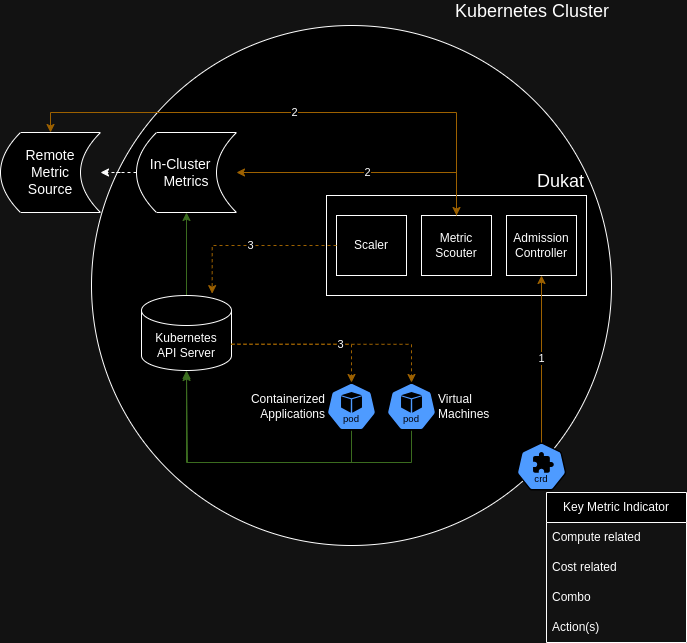
Above: docs/images/dukat.drawio.png in beezy-dev/dukat (draw.io), before the change. Source tidied: cells renumbered, new cells last; positions are measured from the earlier drawing's top-left corner, leaving out a move shared by most shapes. The source it was exported from:
```xml
<mxGraphModel>
  <root>
    <mxCell id="0" />
    <mxCell id="1" parent="0" />
    <mxCell id="2" value="Kubernetes Cluster" style="ellipse;whiteSpace=wrap;html=1;labelPosition=center;verticalLabelPosition=top;align=right;verticalAlign=bottom;fontSize=18;" parent="1" vertex="1">
      <mxGeometry x="91" width="520" height="520" as="geometry" />
    </mxCell>
    <mxCell id="3" value="&lt;div style=&quot;font-size: 14px;&quot;&gt;Remote&lt;/div&gt;&lt;div style=&quot;font-size: 14px;&quot;&gt;Metric&lt;/div&gt;&lt;div style=&quot;font-size: 14px;&quot;&gt;Source&lt;/div&gt;" style="shape=dataStorage;whiteSpace=wrap;html=1;fixedSize=1;fontSize=14;align=center;" parent="1" vertex="1">
      <mxGeometry y="107" width="100" height="80" as="geometry" />
    </mxCell>
    <mxCell id="4" style="edgeStyle=orthogonalEdgeStyle;rounded=0;jettySize=auto;html=1;dashed=1;" parent="1" edge="1" source="5" target="3">
      <mxGeometry relative="1" as="geometry" />
    </mxCell>
    <mxCell id="5" value="In-Cluster&amp;nbsp; &amp;nbsp;&lt;div style=&quot;font-size: 14px;&quot;&gt;Metrics&lt;/div&gt;" style="shape=dataStorage;whiteSpace=wrap;html=1;fixedSize=1;fontSize=14;align=center;" parent="1" vertex="1">
      <mxGeometry x="136" y="107" width="100" height="80" as="geometry" />
    </mxCell>
    <mxCell id="6" style="edgeStyle=orthogonalEdgeStyle;rounded=0;jettySize=auto;html=1;exitX=0.5;exitY=0;exitDx=0;exitDy=0;exitPerimeter=0;entryX=0.5;entryY=1;entryDx=0;entryDy=0;fillColor=#d5e8d4;strokeColor=#82b366;" parent="1" edge="1" source="7" target="5">
      <mxGeometry relative="1" as="geometry" />
    </mxCell>
    <mxCell id="7" value="Kubernetes&lt;div&gt;API Server&lt;/div&gt;" style="shape=cylinder3;whiteSpace=wrap;html=1;boundedLbl=1;backgroundOutline=1;size=15;" parent="1" vertex="1">
      <mxGeometry x="141" y="270" width="90" height="75" as="geometry" />
    </mxCell>
    <mxCell id="8" style="edgeStyle=orthogonalEdgeStyle;rounded=0;jettySize=auto;html=1;exitX=0.5;exitY=1;exitDx=0;exitDy=0;exitPerimeter=0;fillColor=#d5e8d4;strokeColor=#82b366;" parent="1" edge="1" source="9" target="7">
      <mxGeometry relative="1" as="geometry">
        <Array as="points">
          <mxPoint x="351" y="437" />
          <mxPoint x="186" y="437" />
        </Array>
      </mxGeometry>
    </mxCell>
    <mxCell id="9" value="Containerized&lt;div&gt;Applications&lt;/div&gt;" style="sketch=0;html=1;dashed=0;whitespace=wrap;verticalLabelPosition=middle;verticalAlign=middle;fillColor=#2875E2;strokeColor=#ffffff;points=[[0.005,0.63,0],[0.1,0.2,0],[0.9,0.2,0],[0.5,0,0],[0.995,0.63,0],[0.72,0.99,0],[0.5,1,0],[0.28,0.99,0]];shape=mxgraph.kubernetes.icon2;kubernetesLabel=1;prIcon=pod;labelPosition=left;align=right;" parent="1" vertex="1">
      <mxGeometry x="326" y="357" width="50" height="48" as="geometry" />
    </mxCell>
    <mxCell id="10" style="edgeStyle=orthogonalEdgeStyle;rounded=0;jettySize=auto;html=1;exitX=0.5;exitY=1;exitDx=0;exitDy=0;exitPerimeter=0;fillColor=#d5e8d4;strokeColor=#82b366;" parent="1" edge="1" source="11">
      <mxGeometry relative="1" as="geometry">
        <mxPoint x="186" y="347" as="targetPoint" />
        <Array as="points">
          <mxPoint x="411" y="437" />
          <mxPoint x="187" y="437" />
        </Array>
      </mxGeometry>
    </mxCell>
    <mxCell id="11" value="Virtual&lt;div&gt;&lt;span style=&quot;background-color: initial;&quot;&gt;Machines&lt;/span&gt;&lt;/div&gt;" style="sketch=0;html=1;dashed=0;whitespace=wrap;verticalLabelPosition=middle;verticalAlign=middle;fillColor=#2875E2;strokeColor=#ffffff;points=[[0.005,0.63,0],[0.1,0.2,0],[0.9,0.2,0],[0.5,0,0],[0.995,0.63,0],[0.72,0.99,0],[0.5,1,0],[0.28,0.99,0]];shape=mxgraph.kubernetes.icon2;kubernetesLabel=1;prIcon=pod;labelPosition=right;align=left;" parent="1" vertex="1">
      <mxGeometry x="386" y="357" width="50" height="48" as="geometry" />
    </mxCell>
    <mxCell id="12" style="edgeStyle=orthogonalEdgeStyle;rounded=0;jettySize=auto;html=1;exitX=1;exitY=0;exitDx=0;exitDy=48.75;exitPerimeter=0;entryX=0.5;entryY=0;entryDx=0;entryDy=0;entryPerimeter=0;fillColor=#ffe6cc;strokeColor=#d79b00;dashed=1;" parent="1" edge="1" source="7" target="9">
      <mxGeometry relative="1" as="geometry" />
    </mxCell>
    <mxCell id="13" value="3" style="edgeStyle=orthogonalEdgeStyle;rounded=0;jettySize=auto;html=1;exitX=1;exitY=0;exitDx=0;exitDy=48.75;exitPerimeter=0;entryX=0.5;entryY=0;entryDx=0;entryDy=0;entryPerimeter=0;fillColor=#ffe6cc;strokeColor=#d79b00;dashed=1;" parent="1" edge="1" source="7" target="11">
      <mxGeometry relative="1" as="geometry" />
    </mxCell>
    <mxCell id="14" style="sketch=0;html=1;dashed=0;whitespace=wrap;verticalLabelPosition=bottom;verticalAlign=top;fillColor=#2875E2;strokeColor=#ffffff;points=[[0.005,0.63,0],[0.1,0.2,0],[0.9,0.2,0],[0.5,0,0],[0.995,0.63,0],[0.72,0.99,0],[0.5,1,0],[0.28,0.99,0]];shape=mxgraph.kubernetes.icon2;kubernetesLabel=1;prIcon=crd;" parent="1" vertex="1">
      <mxGeometry x="516" y="417" width="50" height="48" as="geometry" />
    </mxCell>
    <mxCell id="15" style="group;" parent="1" vertex="1">
      <mxGeometry x="326" y="170" width="260" height="100" as="geometry" />
    </mxCell>
    <mxCell id="16" value="Dukat" style="rounded=0;whiteSpace=wrap;html=1;verticalAlign=bottom;labelPosition=center;verticalLabelPosition=top;align=right;fontSize=18;" parent="15" vertex="1">
      <mxGeometry width="260" height="100" as="geometry" />
    </mxCell>
    <mxCell id="17" value="Scaler" style="rounded=0;whiteSpace=wrap;html=1;" parent="15" vertex="1">
      <mxGeometry x="10" y="20" width="70" height="60" as="geometry" />
    </mxCell>
    <mxCell id="18" value="Metric&lt;div&gt;Scouter&lt;/div&gt;" style="rounded=0;whiteSpace=wrap;html=1;" parent="15" vertex="1">
      <mxGeometry x="95" y="20" width="70" height="60" as="geometry" />
    </mxCell>
    <mxCell id="19" value="Admission&lt;div&gt;Controller&lt;/div&gt;" style="rounded=0;whiteSpace=wrap;html=1;" parent="15" vertex="1">
      <mxGeometry x="180" y="20" width="70" height="60" as="geometry" />
    </mxCell>
    <mxCell id="20" value="1" style="edgeStyle=orthogonalEdgeStyle;rounded=0;jettySize=auto;html=1;entryX=0.5;entryY=1;entryDx=0;entryDy=0;fillColor=#ffe6cc;strokeColor=#d79b00;" parent="1" edge="1" source="14" target="19">
      <mxGeometry relative="1" as="geometry" />
    </mxCell>
    <mxCell id="21" value="3" style="edgeStyle=orthogonalEdgeStyle;rounded=0;jettySize=auto;html=1;exitX=0;exitY=0.5;exitDx=0;exitDy=0;entryX=0.785;entryY=-0.025;entryDx=0;entryDy=0;entryPerimeter=0;fillColor=#ffe6cc;strokeColor=#d79b00;dashed=1;" parent="1" edge="1" source="17" target="7">
      <mxGeometry relative="1" as="geometry" />
    </mxCell>
    <mxCell id="22" value="2" style="edgeStyle=orthogonalEdgeStyle;rounded=0;jettySize=auto;html=1;exitX=0.5;exitY=0;exitDx=0;exitDy=0;entryX=1;entryY=0.5;entryDx=0;entryDy=0;fillColor=#ffe6cc;strokeColor=#d79b00;startArrow=classic;startFill=1;" parent="1" edge="1" source="18" target="5">
      <mxGeometry relative="1" as="geometry" />
    </mxCell>
    <mxCell id="23" value="2" style="edgeStyle=orthogonalEdgeStyle;rounded=0;jettySize=auto;html=1;exitX=0.5;exitY=0;exitDx=0;exitDy=0;entryX=0.5;entryY=0;entryDx=0;entryDy=0;fillColor=#ffe6cc;strokeColor=#d79b00;" parent="1" edge="1" source="18" target="3">
      <mxGeometry relative="1" as="geometry" />
    </mxCell>
    <mxCell id="24" value="Key Metric Indicator" style="swimlane;fontStyle=0;horizontal=1;startSize=30;whiteSpace=wrap;html=1;" parent="1" vertex="1">
      <mxGeometry x="546" y="467" width="140" height="150" as="geometry" />
    </mxCell>
    <mxCell id="25" value="Compute related" style="text;strokeColor=none;fillColor=none;align=left;verticalAlign=middle;spacingLeft=4;spacingRight=4;overflow=hidden;whiteSpace=wrap;html=1;" parent="24" vertex="1">
      <mxGeometry y="30" width="140" height="30" as="geometry" />
    </mxCell>
    <mxCell id="26" value="Cost related" style="text;strokeColor=none;fillColor=none;align=left;verticalAlign=middle;spacingLeft=4;spacingRight=4;overflow=hidden;whiteSpace=wrap;html=1;" parent="24" vertex="1">
      <mxGeometry y="60" width="140" height="30" as="geometry" />
    </mxCell>
    <mxCell id="27" value="Combo" style="text;strokeColor=none;fillColor=none;align=left;verticalAlign=middle;spacingLeft=4;spacingRight=4;overflow=hidden;whiteSpace=wrap;html=1;" parent="24" vertex="1">
      <mxGeometry y="90" width="140" height="30" as="geometry" />
    </mxCell>
    <mxCell id="28" value="Action(s)" style="text;strokeColor=none;fillColor=none;align=left;verticalAlign=middle;spacingLeft=4;spacingRight=4;overflow=hidden;whiteSpace=wrap;html=1;" parent="24" vertex="1">
      <mxGeometry y="120" width="140" height="30" as="geometry" />
    </mxCell>
  </root>
</mxGraphModel>
```
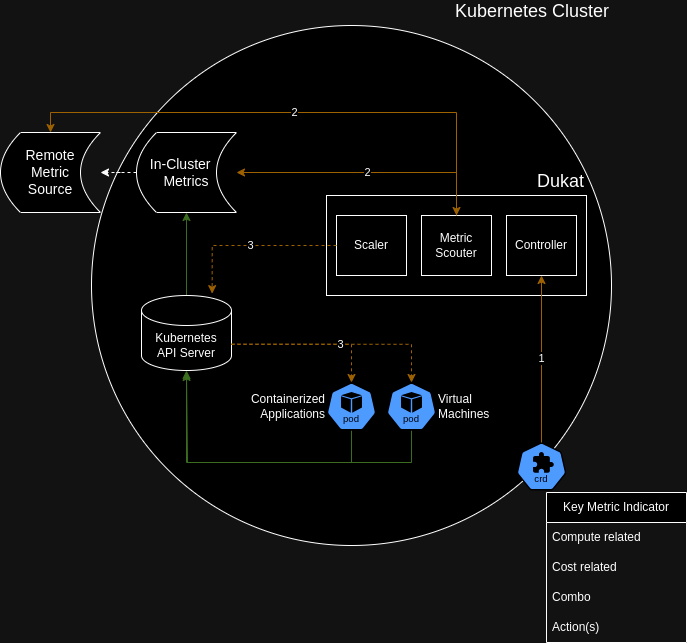
After the commit.

Commit message:
scoping and documenting

Diff of the diagram source:
```diff
@@ -64,7 +64,7 @@
     <mxCell id="18" value="Metric&lt;div&gt;Scouter&lt;/div&gt;" style="rounded=0;whiteSpace=wrap;html=1;" parent="15" vertex="1">
       <mxGeometry x="95" y="20" width="70" height="60" as="geometry" />
     </mxCell>
-    <mxCell id="19" value="Admission&lt;div&gt;Controller&lt;/div&gt;" style="rounded=0;whiteSpace=wrap;html=1;" parent="15" vertex="1">
+    <mxCell id="19" value="&lt;div&gt;Controller&lt;/div&gt;" style="rounded=0;whiteSpace=wrap;html=1;" parent="15" vertex="1">
       <mxGeometry x="180" y="20" width="70" height="60" as="geometry" />
     </mxCell>
     <mxCell id="20" value="1" style="edgeStyle=orthogonalEdgeStyle;rounded=0;jettySize=auto;html=1;entryX=0.5;entryY=1;entryDx=0;entryDy=0;fillColor=#ffe6cc;strokeColor=#d79b00;" parent="1" edge="1" source="14" target="19">
```
